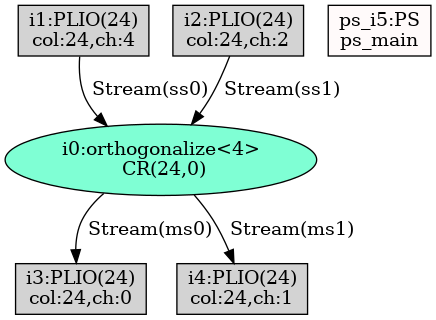
Earlier version of the Graphviz export Jacobi_AIE/Work/reports/TopGraph_mapped_post.png (lxy-littlechai/SVD). Its source is kept beside it as Jacobi_AIE/Work/temp/TopGraph_mapped_post.dot. Source of this version:
```dot
digraph G {
"i0:orthogonalize<4>\n CR(24,0)"[style=filled, fillcolor=aquamarine];
"i1:PLIO(24)\ncol:24,ch:4"[shape=box, style=filled, fillcolor=lightgrey];
"i2:PLIO(24)\ncol:24,ch:2"[shape=box, style=filled, fillcolor=lightgrey];
"i3:PLIO(24)\ncol:24,ch:0"[shape=box, style=filled, fillcolor=lightgrey];
"i4:PLIO(24)\ncol:24,ch:1"[shape=box, style=filled, fillcolor=lightgrey];
"ps_i5:PS\nps_main"[shape=box, style=filled, fillcolor=snow];
"i1:PLIO(24)\ncol:24,ch:4" -> "i0:orthogonalize<4>\n CR(24,0)"[label=" Stream(ss0)"];
"i2:PLIO(24)\ncol:24,ch:2" -> "i0:orthogonalize<4>\n CR(24,0)"[label=" Stream(ss1)"];
"i0:orthogonalize<4>\n CR(24,0)" -> "i3:PLIO(24)\ncol:24,ch:0"[label=" Stream(ms0)"];
"i0:orthogonalize<4>\n CR(24,0)" -> "i4:PLIO(24)\ncol:24,ch:1"[label=" Stream(ms1)"];

 }
```
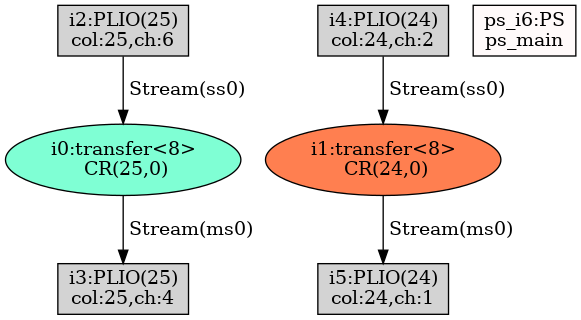
Above is the later version.

The edit, as a diff of the source:
```diff
@@ -1,13 +1,14 @@
 digraph G {
-"i0:orthogonalize<4>\n CR(24,0)"[style=filled, fillcolor=aquamarine];
-"i1:PLIO(24)\ncol:24,ch:4"[shape=box, style=filled, fillcolor=lightgrey];
-"i2:PLIO(24)\ncol:24,ch:2"[shape=box, style=filled, fillcolor=lightgrey];
-"i3:PLIO(24)\ncol:24,ch:0"[shape=box, style=filled, fillcolor=lightgrey];
-"i4:PLIO(24)\ncol:24,ch:1"[shape=box, style=filled, fillcolor=lightgrey];
-"ps_i5:PS\nps_main"[shape=box, style=filled, fillcolor=snow];
-"i1:PLIO(24)\ncol:24,ch:4" -> "i0:orthogonalize<4>\n CR(24,0)"[label=" Stream(ss0)"];
-"i2:PLIO(24)\ncol:24,ch:2" -> "i0:orthogonalize<4>\n CR(24,0)"[label=" Stream(ss1)"];
-"i0:orthogonalize<4>\n CR(24,0)" -> "i3:PLIO(24)\ncol:24,ch:0"[label=" Stream(ms0)"];
-"i0:orthogonalize<4>\n CR(24,0)" -> "i4:PLIO(24)\ncol:24,ch:1"[label=" Stream(ms1)"];
+"i0:transfer<8>\n CR(25,0)"[style=filled, fillcolor=aquamarine];
+"i1:transfer<8>\n CR(24,0)"[style=filled, fillcolor=coral];
+"i2:PLIO(25)\ncol:25,ch:6"[shape=box, style=filled, fillcolor=lightgrey];
+"i3:PLIO(25)\ncol:25,ch:4"[shape=box, style=filled, fillcolor=lightgrey];
+"i4:PLIO(24)\ncol:24,ch:2"[shape=box, style=filled, fillcolor=lightgrey];
+"i5:PLIO(24)\ncol:24,ch:1"[shape=box, style=filled, fillcolor=lightgrey];
+"ps_i6:PS\nps_main"[shape=box, style=filled, fillcolor=snow];
+"i2:PLIO(25)\ncol:25,ch:6" -> "i0:transfer<8>\n CR(25,0)"[label=" Stream(ss0)"];
+"i0:transfer<8>\n CR(25,0)" -> "i3:PLIO(25)\ncol:25,ch:4"[label=" Stream(ms0)"];
+"i4:PLIO(24)\ncol:24,ch:2" -> "i1:transfer<8>\n CR(24,0)"[label=" Stream(ss0)"];
+"i1:transfer<8>\n CR(24,0)" -> "i5:PLIO(24)\ncol:24,ch:1"[label=" Stream(ms0)"];
 
  }
```
